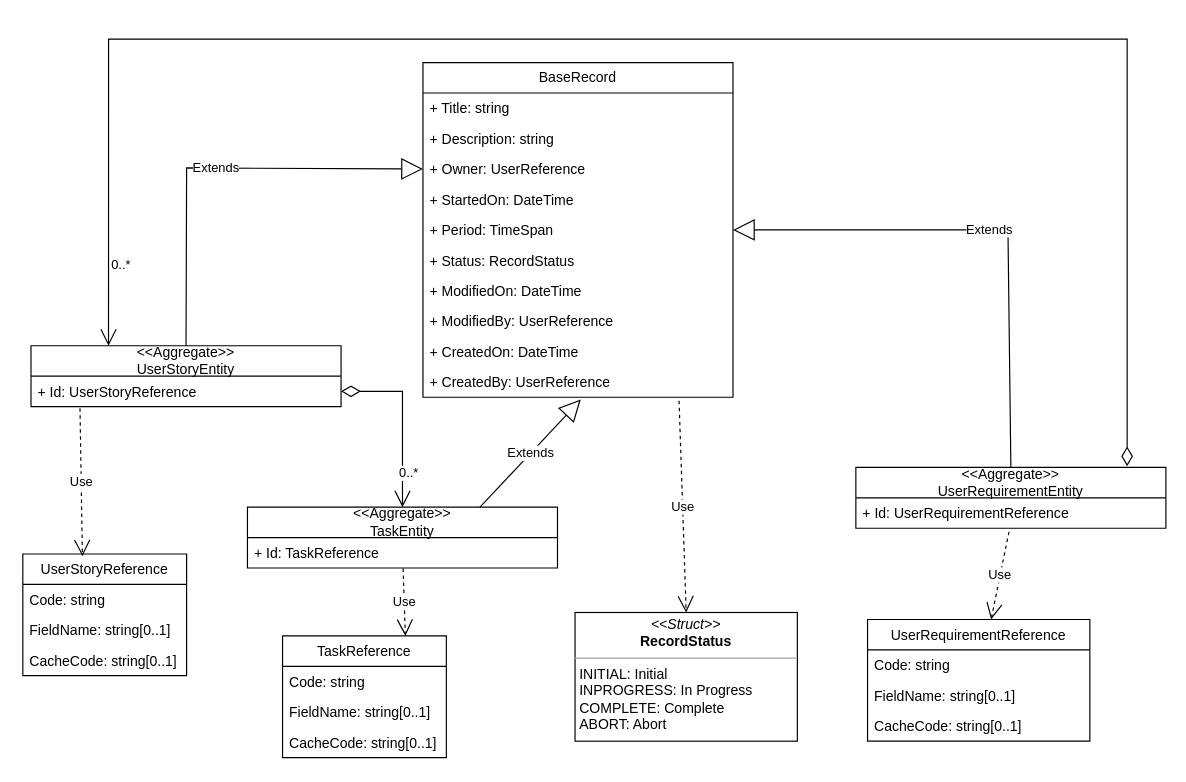
The draw.io diagram page "UserRequirement" (1 of 2) of UML/Domain/Domain.drawio in sdlfly2000/SimpleDashboard, before the edit. Source tidied: cells renumbered, new cells numbered last; positions are measured from the earlier drawing's top-left corner, leaving out a move shared by most shapes. Both pictures are drawn from the tidied source at 117%, with x=0, y=0 at pixel (22, 39).
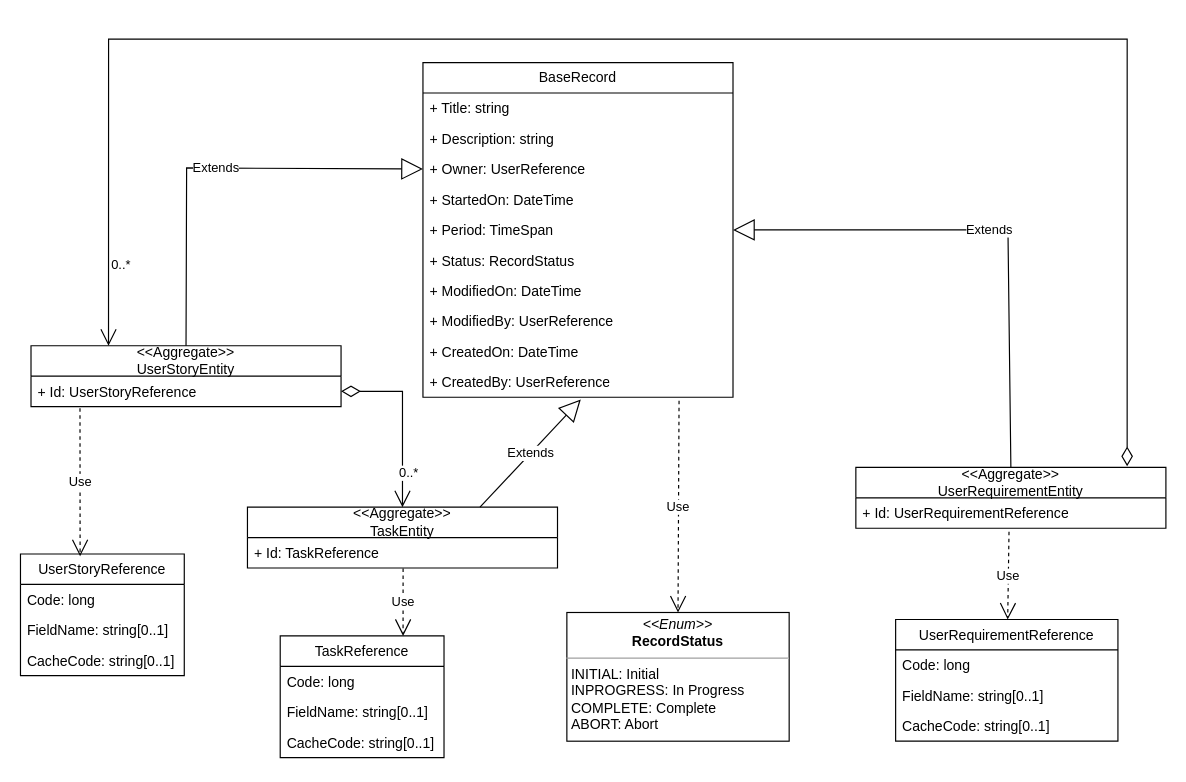
The same diagram, later.

Diff of the diagram source:
```diff
@@
-    <mxCell id="4" value="&lt;p style=&quot;margin:0px;margin-top:4px;text-align:center;&quot;&gt;&lt;i&gt;&amp;lt;&amp;lt;Struct&amp;gt;&amp;gt;&lt;/i&gt;&lt;br&gt;&lt;b&gt;RecordStatus&lt;/b&gt;&lt;/p&gt;&lt;hr size=&quot;1&quot;&gt;&lt;p style=&quot;margin:0px;margin-left:4px;&quot;&gt;INITIAL: Initial&lt;/p&gt;&lt;p style=&quot;margin:0px;margin-left:4px;&quot;&gt;INPROGRESS: In Progress&lt;/p&gt;&lt;p style=&quot;margin:0px;margin-left:4px;&quot;&gt;COMPLETE: Complete&lt;/p&gt;&lt;p style=&quot;margin:0px;margin-left:4px;&quot;&gt;ABORT: Abort&lt;/p&gt;&lt;p style=&quot;margin:0px;margin-left:4px;&quot;&gt;&lt;br&gt;&lt;/p&gt;" style="verticalAlign=top;align=left;overflow=fill;fontSize=12;fontFamily=Helvetica;html=1;whiteSpace=wrap;" parent="1" vertex="1">
-      <mxGeometry x="472" y="490" width="190" height="110" as="geometry" />
+    <mxCell id="4" value="&lt;p style=&quot;margin:0px;margin-top:4px;text-align:center;&quot;&gt;&lt;i&gt;&amp;lt;&amp;lt;Enum&amp;gt;&amp;gt;&lt;/i&gt;&lt;br&gt;&lt;b&gt;RecordStatus&lt;/b&gt;&lt;/p&gt;&lt;hr size=&quot;1&quot;&gt;&lt;p style=&quot;margin:0px;margin-left:4px;&quot;&gt;INITIAL: Initial&lt;/p&gt;&lt;p style=&quot;margin:0px;margin-left:4px;&quot;&gt;INPROGRESS: In Progress&lt;/p&gt;&lt;p style=&quot;margin:0px;margin-left:4px;&quot;&gt;COMPLETE: Complete&lt;/p&gt;&lt;p style=&quot;margin:0px;margin-left:4px;&quot;&gt;ABORT: Abort&lt;/p&gt;&lt;p style=&quot;margin:0px;margin-left:4px;&quot;&gt;&lt;br&gt;&lt;/p&gt;" style="verticalAlign=top;align=left;overflow=fill;fontSize=12;fontFamily=Helvetica;html=1;whiteSpace=wrap;" parent="1" vertex="1">
+      <mxGeometry x="465" y="490" width="190" height="110" as="geometry" />
     </mxCell>
     <mxCell id="5" value="UserStoryReference" style="swimlane;fontStyle=0;horizontal=1;startSize=26;fillColor=none;" parent="1" vertex="1">
-      <mxGeometry y="440" width="140" height="104" as="geometry" />
+      <mxGeometry x="-2" y="440" width="140" height="104" as="geometry" />
     </mxCell>
-    <mxCell id="6" value="Code: string" style="text;strokeColor=none;fillColor=none;align=left;verticalAlign=top;spacingLeft=4;spacingRight=4;overflow=hidden;" parent="5" vertex="1">
+    <mxCell id="6" value="Code: long" style="text;strokeColor=none;fillColor=none;align=left;verticalAlign=top;spacingLeft=4;spacingRight=4;overflow=hidden;" parent="5" vertex="1">
       <mxGeometry y="26" width="140" height="26" as="geometry" />
     </mxCell>
@@
     <mxCell id="11" value="TaskReference" style="swimlane;fontStyle=0;horizontal=1;startSize=26;fillColor=none;" parent="1" vertex="1">
-      <mxGeometry x="222" y="510" width="140" height="104" as="geometry" />
+      <mxGeometry x="220" y="510" width="140" height="104" as="geometry" />
     </mxCell>
-    <mxCell id="12" value="Code: string" style="text;strokeColor=none;fillColor=none;align=left;verticalAlign=top;spacingLeft=4;spacingRight=4;overflow=hidden;" parent="11" vertex="1">
+    <mxCell id="12" value="Code: long" style="text;strokeColor=none;fillColor=none;align=left;verticalAlign=top;spacingLeft=4;spacingRight=4;overflow=hidden;" parent="11" vertex="1">
       <mxGeometry y="26" width="140" height="26" as="geometry" />
     </mxCell>
@@
     <mxCell id="20" value="UserRequirementReference" style="swimlane;fontStyle=0;horizontal=1;startSize=26;fillColor=none;" parent="1" vertex="1">
-      <mxGeometry x="722" y="496" width="190" height="104" as="geometry" />
+      <mxGeometry x="746" y="496" width="190" height="104" as="geometry" />
     </mxCell>
-    <mxCell id="21" value="Code: string" style="text;strokeColor=none;fillColor=none;align=left;verticalAlign=top;spacingLeft=4;spacingRight=4;overflow=hidden;" parent="20" vertex="1">
+    <mxCell id="21" value="Code: long" style="text;strokeColor=none;fillColor=none;align=left;verticalAlign=top;spacingLeft=4;spacingRight=4;overflow=hidden;" parent="20" vertex="1">
       <mxGeometry y="26" width="190" height="26" as="geometry" />
     </mxCell>
```
